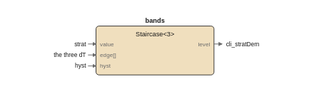
Earlier version of the draw.io export images/logic/destrat_fbd.drawio.svg (pstch/botanik2). Source tidied: cells renumbered, new cells last; positions are measured from the earlier drawing's top-left corner, leaving out a move shared by most shapes.
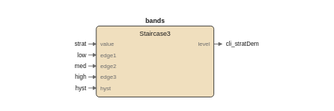
After the change.

Change to the diagram source:
```diff
@@ -3,59 +3,83 @@
     <mxCell id="0" />
     <mxCell id="1" parent="0" />
     <mxCell id="2" style="rounded=1;fillColor=#f0dfbe;strokeColor=#1a1a1a;whiteSpace=wrap;html=1;fontSize=8;" parent="1" vertex="1">
-      <mxGeometry x="10" y="10" width="118" height="49" as="geometry" />
+      <mxGeometry x="10" y="10" width="118" height="71" as="geometry" />
     </mxCell>
     <mxCell id="3" value="bands" style="text;html=1;fontSize=6;fontColor=#1a1a1a;align=center;fontStyle=1;" parent="1" vertex="1">
       <mxGeometry x="69" y="0.4" width="40" height="10.6" as="geometry" />
     </mxCell>
-    <mxCell id="4" value="Staircase&lt;3&gt;" style="text;html=1;fontSize=6;fontColor=#1a1a1a;align=center;" parent="1" vertex="1">
-      <mxGeometry x="69" y="13.4" width="60" height="10.6" as="geometry" />
+    <mxCell id="4" value="Staircase3" style="text;html=1;fontSize=6;fontColor=#1a1a1a;align=center;" parent="1" vertex="1">
+      <mxGeometry x="69" y="13.4" width="50" height="10.6" as="geometry" />
     </mxCell>
     <mxCell id="5" value="value" style="text;html=1;fontSize=5;fontColor=#6b6b6b;align=left;" parent="1" vertex="1">
       <mxGeometry x="14" y="24.2" width="40" height="9.8" as="geometry" />
     </mxCell>
-    <mxCell id="6" value="edge[]" style="text;html=1;fontSize=5;fontColor=#6b6b6b;align=left;" parent="1" vertex="1">
+    <mxCell id="6" value="edge1" style="text;html=1;fontSize=5;fontColor=#6b6b6b;align=left;" parent="1" vertex="1">
       <mxGeometry x="14" y="35.2" width="40" height="9.8" as="geometry" />
     </mxCell>
-    <mxCell id="7" value="hyst" style="text;html=1;fontSize=5;fontColor=#6b6b6b;align=left;" parent="1" vertex="1">
+    <mxCell id="7" value="edge2" style="text;html=1;fontSize=5;fontColor=#6b6b6b;align=left;" parent="1" vertex="1">
       <mxGeometry x="14" y="46.2" width="40" height="9.8" as="geometry" />
     </mxCell>
-    <mxCell id="8" value="level" style="text;html=1;fontSize=5;fontColor=#6b6b6b;align=left;" parent="1" vertex="1">
-      <mxGeometry x="124" y="24.2" width="40" height="9.8" as="geometry" />
+    <mxCell id="8" value="edge3" style="text;html=1;fontSize=5;fontColor=#6b6b6b;align=left;" parent="1" vertex="1">
+      <mxGeometry x="14" y="57.2" width="40" height="9.8" as="geometry" />
     </mxCell>
-    <mxCell id="9" value="strat" style="text;html=1;fontSize=6;fontColor=#1a1a1a;align=left;" parent="1" vertex="1">
-      <mxGeometry y="24" width="40" height="10" as="geometry" />
+    <mxCell id="9" value="hyst" style="text;html=1;fontSize=5;fontColor=#6b6b6b;align=left;" parent="1" vertex="1">
+      <mxGeometry x="14" y="68.2" width="40" height="9.8" as="geometry" />
     </mxCell>
-    <mxCell id="10" style="edgeStyle=none;html=1;strokeColor=#6b6b6b;endArrow=block;" parent="1" edge="1">
-      <mxGeometry relative="1" as="geometry">
-        <mxPoint x="2" y="28" as="sourcePoint" />
-        <mxPoint x="10" y="28" as="targetPoint" />
-      </mxGeometry>
-    </mxCell>
+    <mxCell id="17" value="level" style="text;html=1;fontSize=5;fontColor=#6b6b6b;align=left;" parent="1" vertex="1">
+      <mxGeometry x="124" y="24.2" width="40" height="9.8" as="geometry" />
+    </mxCell>
-    <mxCell id="11" value="the three dT" style="text;html=1;fontSize=6;fontColor=#1a1a1a;align=left;" parent="1" vertex="1">
-      <mxGeometry y="35" width="60" height="10" as="geometry" />
+    <mxCell id="11" value="strat" style="text;html=1;fontSize=6;fontColor=#1a1a1a;align=left;" parent="1" vertex="1">
+      <mxGeometry y="24" width="40" height="10" as="geometry" />
     </mxCell>
     <mxCell id="12" style="edgeStyle=none;html=1;strokeColor=#6b6b6b;endArrow=block;" parent="1" edge="1">
       <mxGeometry relative="1" as="geometry">
-        <mxPoint x="2" y="39" as="sourcePoint" />
-        <mxPoint x="10" y="39" as="targetPoint" />
+        <mxPoint x="2" y="28" as="sourcePoint" />
+        <mxPoint x="10" y="28" as="targetPoint" />
       </mxGeometry>
     </mxCell>
-    <mxCell id="13" value="hyst" style="text;html=1;fontSize=6;fontColor=#1a1a1a;align=left;" parent="1" vertex="1">
-      <mxGeometry y="46" width="40" height="10" as="geometry" />
+    <mxCell id="13" value="low" style="text;html=1;fontSize=6;fontColor=#1a1a1a;align=left;" parent="1" vertex="1">
+      <mxGeometry y="35" width="40" height="10" as="geometry" />
     </mxCell>
     <mxCell id="14" style="edgeStyle=none;html=1;strokeColor=#6b6b6b;endArrow=block;" parent="1" edge="1">
       <mxGeometry relative="1" as="geometry">
-        <mxPoint x="2" y="50" as="sourcePoint" />
-        <mxPoint x="10" y="50" as="targetPoint" />
+        <mxPoint x="2" y="39" as="sourcePoint" />
+        <mxPoint x="10" y="39" as="targetPoint" />
       </mxGeometry>
     </mxCell>
-    <mxCell id="15" style="edgeStyle=none;html=1;strokeColor=#6b6b6b;endArrow=block;" parent="1" edge="1">
-      <mxGeometry relative="1" as="geometry">
-        <mxPoint x="128" y="28" as="sourcePoint" />
-        <mxPoint x="136" y="28" as="targetPoint" />
-      </mxGeometry>
-    </mxCell>
+    <mxCell id="18" value="med" style="text;html=1;fontSize=6;fontColor=#1a1a1a;align=left;" parent="1" vertex="1">
+      <mxGeometry y="46" width="40" height="10" as="geometry" />
+    </mxCell>
+    <mxCell id="19" style="edgeStyle=none;html=1;strokeColor=#6b6b6b;endArrow=block;" parent="1" edge="1">
+      <mxGeometry relative="1" as="geometry">
+        <mxPoint x="2" y="50" as="sourcePoint" />
+        <mxPoint x="10" y="50" as="targetPoint" />
+      </mxGeometry>
+    </mxCell>
+    <mxCell id="20" value="high" style="text;html=1;fontSize=6;fontColor=#1a1a1a;align=left;" parent="1" vertex="1">
+      <mxGeometry y="57" width="40" height="10" as="geometry" />
+    </mxCell>
+    <mxCell id="21" style="edgeStyle=none;html=1;strokeColor=#6b6b6b;endArrow=block;" parent="1" edge="1">
+      <mxGeometry relative="1" as="geometry">
+        <mxPoint x="2" y="61" as="sourcePoint" />
+        <mxPoint x="10" y="61" as="targetPoint" />
+      </mxGeometry>
+    </mxCell>
+    <mxCell id="22" value="hyst" style="text;html=1;fontSize=6;fontColor=#1a1a1a;align=left;" parent="1" vertex="1">
+      <mxGeometry y="68" width="40" height="10" as="geometry" />
+    </mxCell>
+    <mxCell id="23" style="edgeStyle=none;html=1;strokeColor=#6b6b6b;endArrow=block;" parent="1" edge="1">
+      <mxGeometry relative="1" as="geometry">
+        <mxPoint x="2" y="72" as="sourcePoint" />
+        <mxPoint x="10" y="72" as="targetPoint" />
+      </mxGeometry>
+    </mxCell>
+    <mxCell id="24" style="edgeStyle=none;html=1;strokeColor=#6b6b6b;endArrow=block;" parent="1" edge="1">
+      <mxGeometry relative="1" as="geometry">
+        <mxPoint x="128" y="28" as="sourcePoint" />
+        <mxPoint x="136" y="28" as="targetPoint" />
+      </mxGeometry>
+    </mxCell>
     <mxCell id="16" value="cli_stratDem" style="text;html=1;fontSize=6;fontColor=#1a1a1a;align=left;" parent="1" vertex="1">
       <mxGeometry x="140" y="24" width="60" height="10" as="geometry" />
     </mxCell>
```
